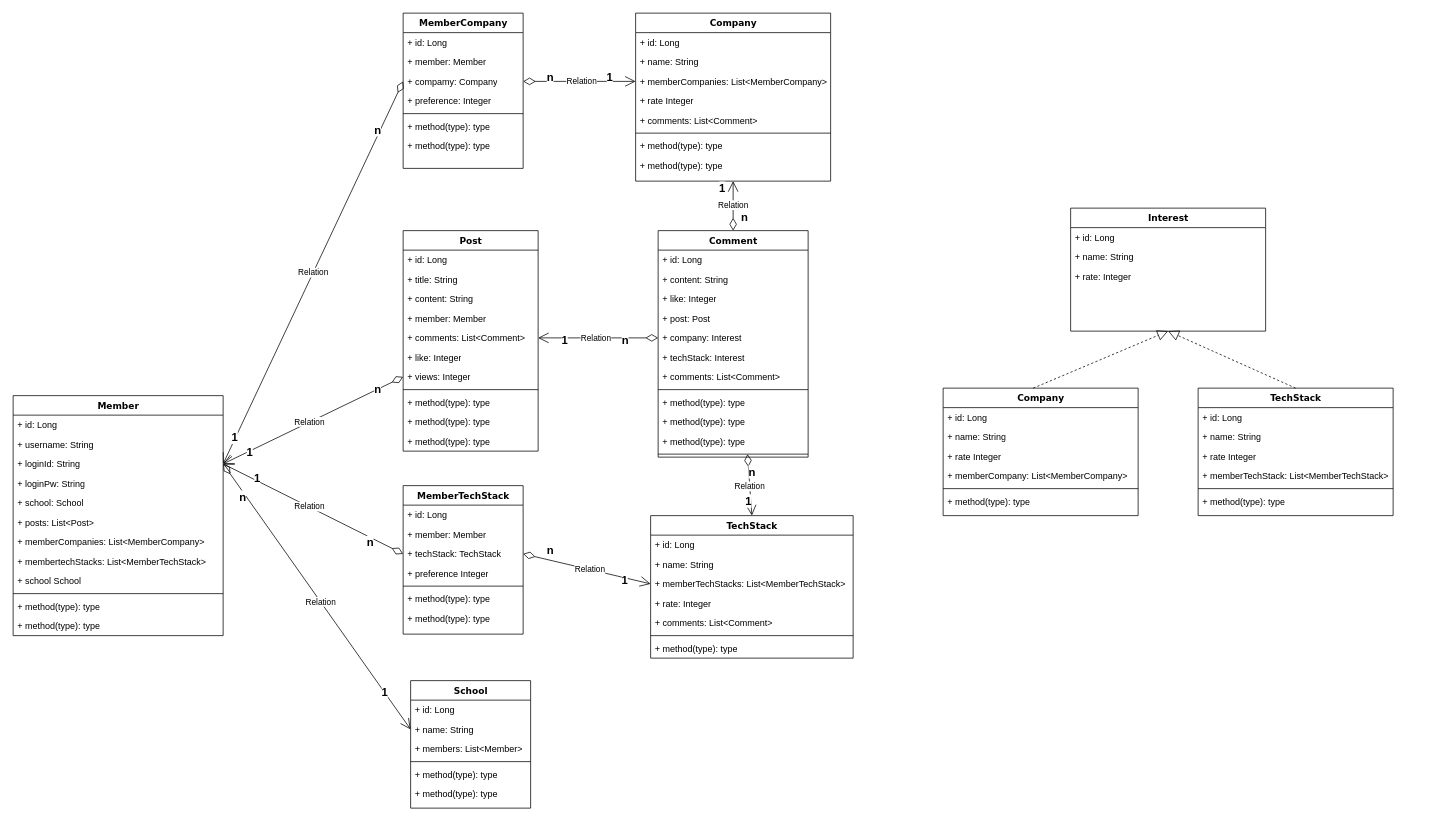
This is src/main/resources/static/클래스 다이어그램.drawio from ChungComi/Server, a draw.io file, before an edit. Source tidied: cells renumbered, new cells numbered last; positions are measured from the earlier drawing's top-left corner, leaving out a move shared by most shapes. Both pictures are drawn from the tidied source at 75%, with x=0, y=0 at pixel (13, 13).
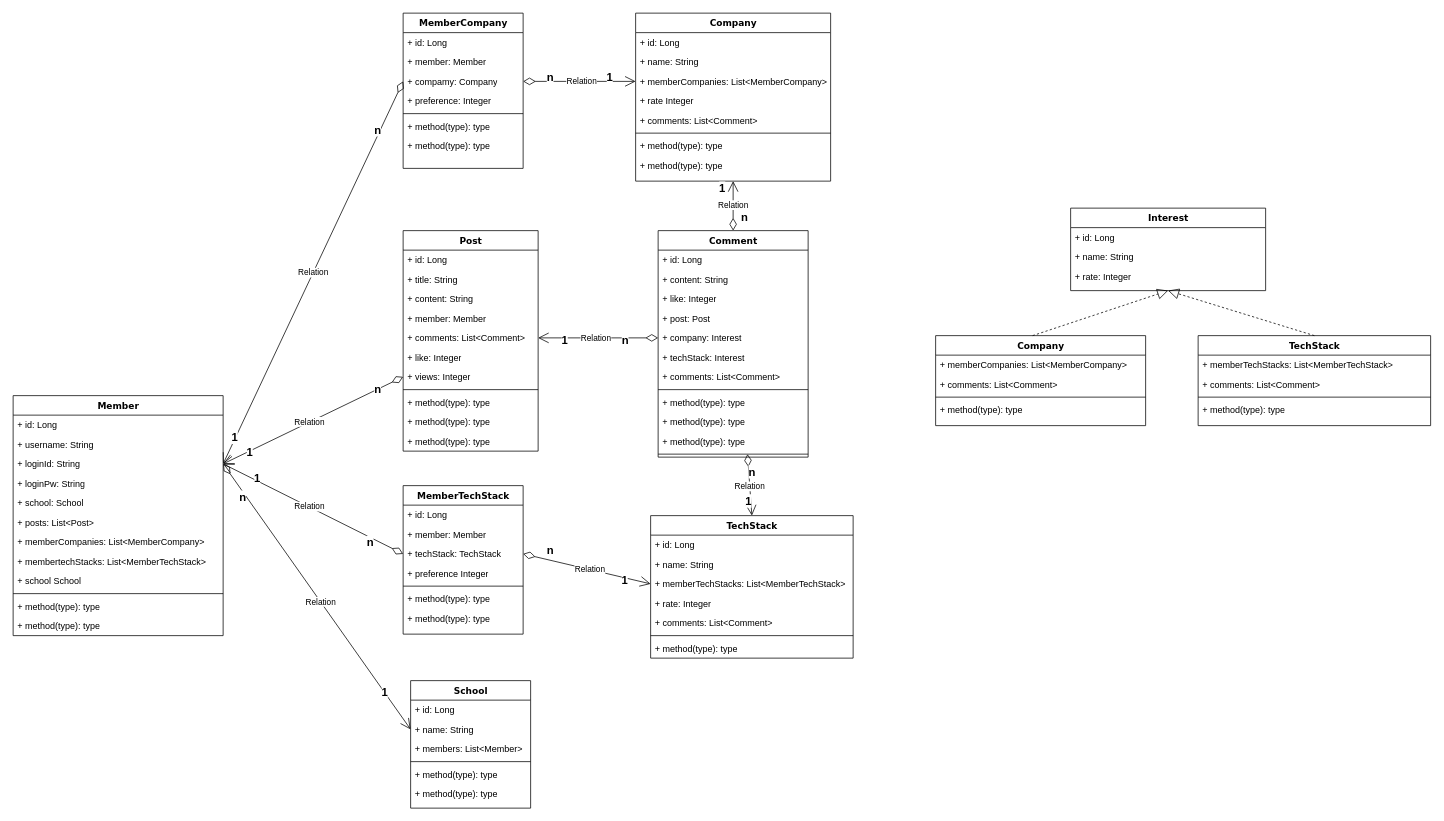
Above is the later version.

Commit message (it also covers changes not shown here):
initialize List with new ArrayList<>()

The edit, as a diff of the source:
```diff
@@
     <mxCell id="107" value="Interest&lt;div&gt;&lt;br&gt;&lt;/div&gt;" style="swimlane;html=1;fontStyle=1;align=center;verticalAlign=top;horizontal=1;startSize=26;swimlaneFillColor=#ffffff;rounded=0;shadow=0;comic=0;labelBackgroundColor=none;strokeWidth=1;fillColor=none;fontFamily=Verdana;fontSize=12;" parent="1" vertex="1">
-      <mxGeometry x="1410" y="260" width="260" height="164" as="geometry" />
+      <mxGeometry x="1410" y="260" width="260" height="110" as="geometry" />
     </mxCell>
@@
     <mxCell id="111" value="TechStack" style="swimlane;html=1;fontStyle=1;align=center;verticalAlign=top;horizontal=1;startSize=26;swimlaneFillColor=#ffffff;rounded=0;shadow=0;comic=0;labelBackgroundColor=none;strokeWidth=1;fillColor=none;fontFamily=Verdana;fontSize=12;" parent="1" vertex="1">
-      <mxGeometry x="1580" y="500" width="260" height="170" as="geometry" />
+      <mxGeometry x="1580" y="430" width="310" height="120" as="geometry" />
     </mxCell>
-    <mxCell id="112" value="+ id: Long" style="text;html=1;strokeColor=none;fillColor=none;align=left;verticalAlign=top;spacingLeft=4;spacingRight=4;whiteSpace=wrap;overflow=hidden;" parent="111" vertex="1">
-      <mxGeometry y="26" width="260" height="26" as="geometry" />
-    </mxCell>
-    <mxCell id="113" value="+ name: String" style="text;html=1;strokeColor=none;fillColor=none;align=left;verticalAlign=top;spacingLeft=4;spacingRight=4;whiteSpace=wrap;overflow=hidden;" parent="111" vertex="1">
-      <mxGeometry y="52" width="260" height="26" as="geometry" />
-    </mxCell>
-    <mxCell id="114" value="+ rate Integer" style="text;html=1;strokeColor=none;fillColor=none;align=left;verticalAlign=top;spacingLeft=4;spacingRight=4;whiteSpace=wrap;overflow=hidden;" parent="111" vertex="1">
-      <mxGeometry y="78" width="260" height="26" as="geometry" />
-    </mxCell>
-    <mxCell id="115" value="+ memberTechStack: List&amp;lt;MemberTechStack&amp;gt;" style="text;html=1;strokeColor=none;fillColor=none;align=left;verticalAlign=top;spacingLeft=4;spacingRight=4;whiteSpace=wrap;overflow=hidden;" parent="111" vertex="1">
-      <mxGeometry y="104" width="260" height="26" as="geometry" />
+    <mxCell id="115" value="+ memberTechStacks: List&amp;lt;MemberTechStack&amp;gt;" style="text;html=1;strokeColor=none;fillColor=none;align=left;verticalAlign=top;spacingLeft=4;spacingRight=4;whiteSpace=wrap;overflow=hidden;" parent="111" vertex="1">
+      <mxGeometry y="26" width="310" height="26" as="geometry" />
     </mxCell>
+    <mxCell id="127" value="+ comments: List&amp;lt;Comment&amp;gt;" style="text;html=1;strokeColor=none;fillColor=none;align=left;verticalAlign=top;spacingLeft=4;spacingRight=4;whiteSpace=wrap;overflow=hidden;" parent="111" vertex="1">
+      <mxGeometry y="52" width="310" height="26" as="geometry" />
+    </mxCell>
     <mxCell id="116" style="line;html=1;strokeWidth=1;fillColor=none;align=left;verticalAlign=middle;spacingTop=-1;spacingLeft=3;spacingRight=3;labelPosition=right;" parent="111" vertex="1">
-      <mxGeometry y="130" width="260" height="8" as="geometry" />
+      <mxGeometry y="78" width="310" height="8" as="geometry" />
     </mxCell>
     <mxCell id="117" value="+ method(type): type" style="text;html=1;strokeColor=none;fillColor=none;align=left;verticalAlign=top;spacingLeft=4;spacingRight=4;whiteSpace=wrap;overflow=hidden;" parent="111" vertex="1">
-      <mxGeometry y="138" width="260" height="26" as="geometry" />
+      <mxGeometry y="86" width="310" height="26" as="geometry" />
     </mxCell>
     <mxCell id="118" value="Company&lt;div&gt;&lt;br&gt;&lt;/div&gt;" style="swimlane;html=1;fontStyle=1;align=center;verticalAlign=top;horizontal=1;startSize=26;swimlaneFillColor=#ffffff;rounded=0;shadow=0;comic=0;labelBackgroundColor=none;strokeWidth=1;fillColor=none;fontFamily=Verdana;fontSize=12;" parent="1" vertex="1">
-      <mxGeometry x="1240" y="500" width="260" height="170" as="geometry" />
+      <mxGeometry x="1230" y="430" width="280" height="120" as="geometry" />
     </mxCell>
-    <mxCell id="119" value="+ id: Long" style="text;html=1;strokeColor=none;fillColor=none;align=left;verticalAlign=top;spacingLeft=4;spacingRight=4;whiteSpace=wrap;overflow=hidden;" parent="118" vertex="1">
-      <mxGeometry y="26" width="260" height="26" as="geometry" />
-    </mxCell>
-    <mxCell id="120" value="+ name: String" style="text;html=1;strokeColor=none;fillColor=none;align=left;verticalAlign=top;spacingLeft=4;spacingRight=4;whiteSpace=wrap;overflow=hidden;" parent="118" vertex="1">
-      <mxGeometry y="52" width="260" height="26" as="geometry" />
-    </mxCell>
-    <mxCell id="121" value="+ rate Integer" style="text;html=1;strokeColor=none;fillColor=none;align=left;verticalAlign=top;spacingLeft=4;spacingRight=4;whiteSpace=wrap;overflow=hidden;" parent="118" vertex="1">
-      <mxGeometry y="78" width="260" height="26" as="geometry" />
-    </mxCell>
-    <mxCell id="122" value="+ memberCompany: List&amp;lt;MemberCompany&amp;gt;" style="text;html=1;strokeColor=none;fillColor=none;align=left;verticalAlign=top;spacingLeft=4;spacingRight=4;whiteSpace=wrap;overflow=hidden;" parent="118" vertex="1">
-      <mxGeometry y="104" width="260" height="26" as="geometry" />
+    <mxCell id="122" value="+ memberCompanies: List&amp;lt;MemberCompany&amp;gt;" style="text;html=1;strokeColor=none;fillColor=none;align=left;verticalAlign=top;spacingLeft=4;spacingRight=4;whiteSpace=wrap;overflow=hidden;" parent="118" vertex="1">
+      <mxGeometry y="26" width="280" height="26" as="geometry" />
     </mxCell>
+    <mxCell id="128" value="+ comments: List&amp;lt;Comment&amp;gt;" style="text;html=1;strokeColor=none;fillColor=none;align=left;verticalAlign=top;spacingLeft=4;spacingRight=4;whiteSpace=wrap;overflow=hidden;" parent="118" vertex="1">
+      <mxGeometry y="52" width="280" height="26" as="geometry" />
+    </mxCell>
     <mxCell id="123" style="line;html=1;strokeWidth=1;fillColor=none;align=left;verticalAlign=middle;spacingTop=-1;spacingLeft=3;spacingRight=3;labelPosition=right;" parent="118" vertex="1">
-      <mxGeometry y="130" width="260" height="8" as="geometry" />
+      <mxGeometry y="78" width="280" height="8" as="geometry" />
     </mxCell>
     <mxCell id="124" value="+ method(type): type" style="text;html=1;strokeColor=none;fillColor=none;align=left;verticalAlign=top;spacingLeft=4;spacingRight=4;whiteSpace=wrap;overflow=hidden;" parent="118" vertex="1">
-      <mxGeometry y="138" width="260" height="26" as="geometry" />
+      <mxGeometry y="86" width="280" height="26" as="geometry" />
     </mxCell>
```
